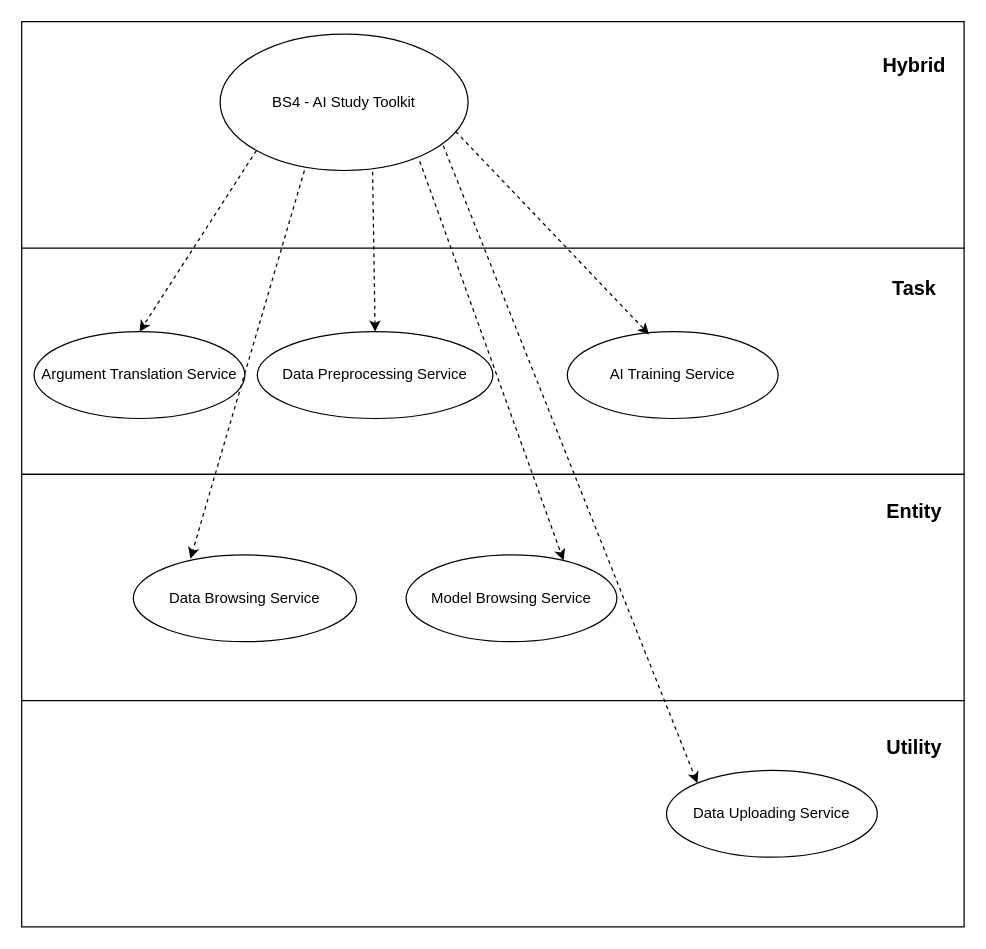
TISNN/2022_SOD keeps this draw.io diagram as page "第 5 页" (5 of 6) of SOD_Ass1.drawio. Above is the earlier version. Source tidied: cells renumbered, new cells numbered last; positions are measured from the earlier drawing's top-left corner, leaving out a move shared by most shapes. Both pictures are drawn from the tidied source at 124%, with x=0, y=0 at pixel (21, 21).
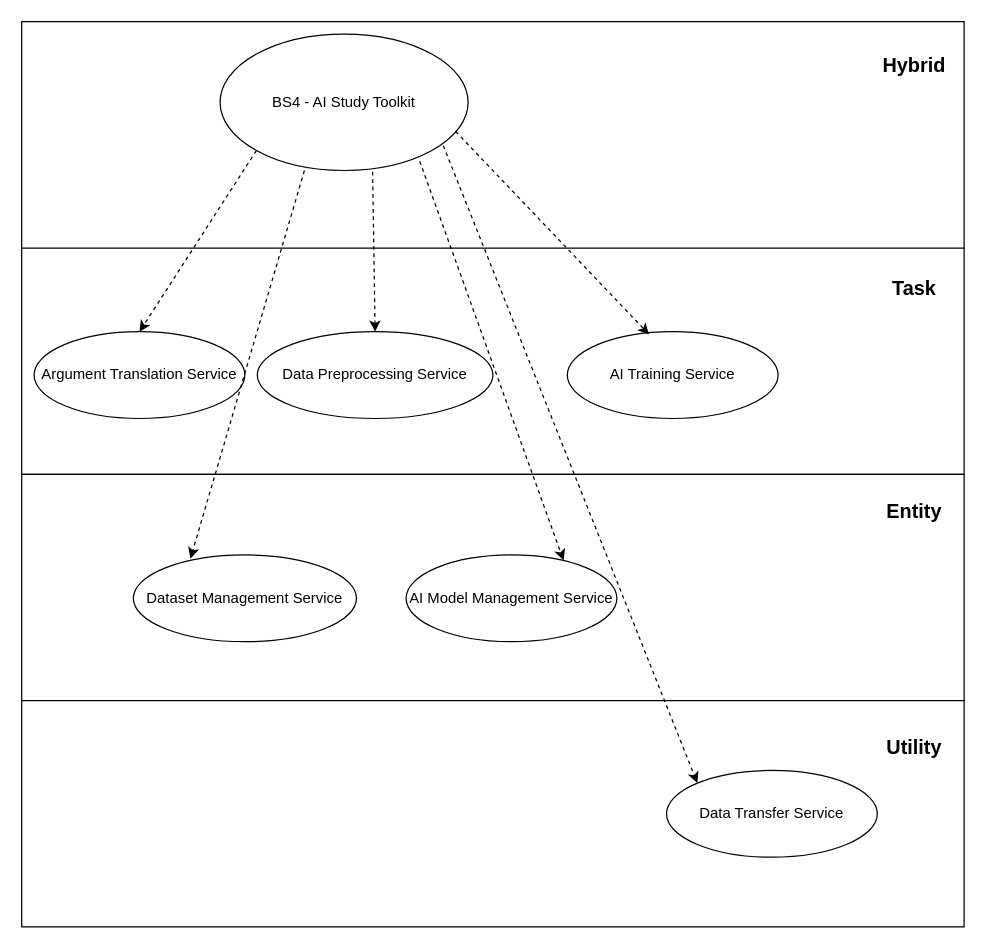
After the change.

The change refers to these unchanged cells:
```xml
<mxCell id="3" style="group;" parent="2" vertex="1">
  <mxGeometry width="760" height="730" as="geometry" />
</mxCell>
```

The edit, as a diff of the source:
```diff
@@
-    <mxCell id="8" value="Data Uploading Service" style="ellipse;whiteSpace=wrap;html=1;" parent="3" vertex="1">
+    <mxCell id="8" value="Data Transfer Service" style="ellipse;whiteSpace=wrap;html=1;" parent="3" vertex="1">
       <mxGeometry x="520" y="603.8" width="170" height="70" as="geometry" />
     </mxCell>
-    <mxCell id="9" value="Data Browsing Service" style="ellipse;whiteSpace=wrap;html=1;" parent="3" vertex="1">
+    <mxCell id="9" value="Dataset Management Service" style="ellipse;whiteSpace=wrap;html=1;" parent="3" vertex="1">
       <mxGeometry x="90" y="430" width="180" height="70" as="geometry" />
     </mxCell>
-    <mxCell id="10" value="Model Browsing Service" style="ellipse;whiteSpace=wrap;html=1;" parent="3" vertex="1">
+    <mxCell id="10" value="AI Model Management Service" style="ellipse;whiteSpace=wrap;html=1;" parent="3" vertex="1">
       <mxGeometry x="310" y="430" width="170" height="70" as="geometry" />
     </mxCell>
```
